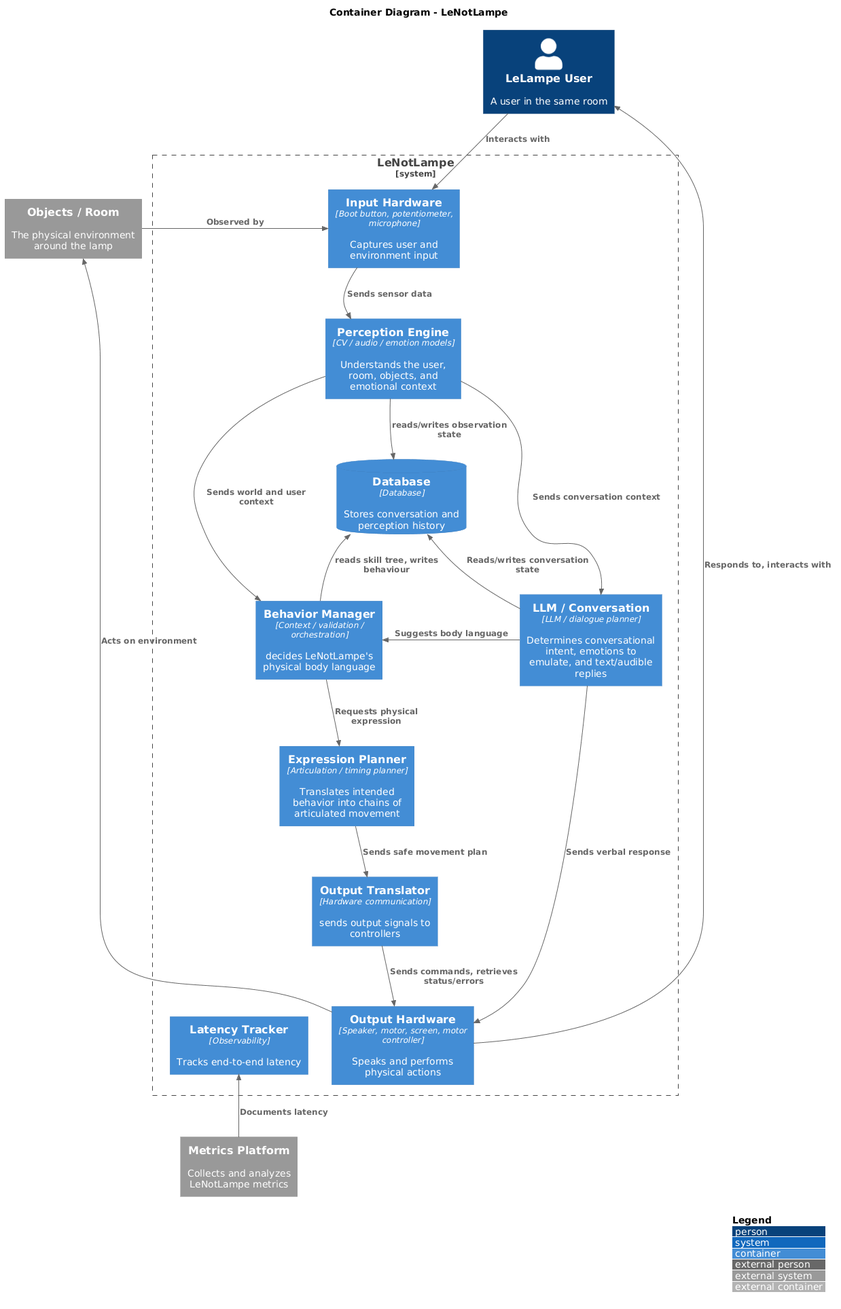
This is Architecture/c4/container_diagram/container_diagram_v4.png from Sarofiem/LeNotLampe, a PlantUML export, as it was before one commit. Its diagram source:
```plantuml
@startuml
!include <C4/C4_Container>

LAYOUT_TOP_DOWN()
LAYOUT_WITH_LEGEND()

title Container Diagram - LeNotLampe

Person(user, "LeLampe User", "A user in the same room")
System_Ext(room, "Objects / Room", "The physical environment around the lamp")
System_Ext(metrics, "Metrics Platform", "Collects and analyzes LeNotLampe metrics")

System_Boundary(lenotlampe, "LeNotLampe") {

    Container(input, "Input Hardware", "Boot button, potentiometer, microphone", "Captures user and environment input")

    Container(perception, "Perception Engine", "CV / audio / emotion models", "Understands the user, room, objects, and emotional context")

    Container(conversation, "LLM / Conversation", "LLM / dialogue planner", "Determines conversational intent, emotions to emulate, and text/audible replies")

    Container(planner, "Behavior Manager", "Context / validation / orchestration", "decides LeNotLampe's physical body language")

    Container(expression, "Expression Planner", "Articulation / timing planner", "Translates intended behavior into chains of articulated movement")

    Container(trans, "Output Translator", "Hardware communication", "sends output signals to controllers")

    Container(output, "Output Hardware", "Speaker, motor, screen, motor controller", "Speaks and performs physical actions")

    ContainerDb(database, "Database", "Database", "Stores conversation and perception history")

    Container(latency, "Latency Tracker", "Observability", "Tracks end-to-end latency")
}

Rel_D(user, input, "Interacts with")
Rel_R(room, input, "Observed by")
Rel_D(input, perception, "Sends sensor data")

Rel_D(perception, planner, "Sends world and user context")
Rel_R(perception, conversation, "Sends conversation context")

Rel_L(conversation, planner, "Suggests body language")
Rel_D(planner, expression, "Requests physical expression")
Rel_D(expression, trans, "Sends safe movement plan")
Rel_U(planner,database, "reads skill tree, writes behaviour")
Rel_D(trans, output, "Sends commands, retrieves status/errors ")

Rel_U(output, user, "Responds to, interacts with")
Rel_L(output, room, "Acts on environment")

Rel_U(conversation, database, "Reads/writes conversation state")
Rel(perception, database, "reads/writes observation state")
Rel_U(metrics, latency, "Documents latency")

Rel(conversation, output, "Sends verbal response")

Lay_D(input, perception)
Lay_D(perception, planner)
Lay_D(planner, expression)
Lay_D(expression, trans)
Lay_D(trans, output)
Lay_R(perception, conversation)
Lay_L(output,latency)
@enduml
```
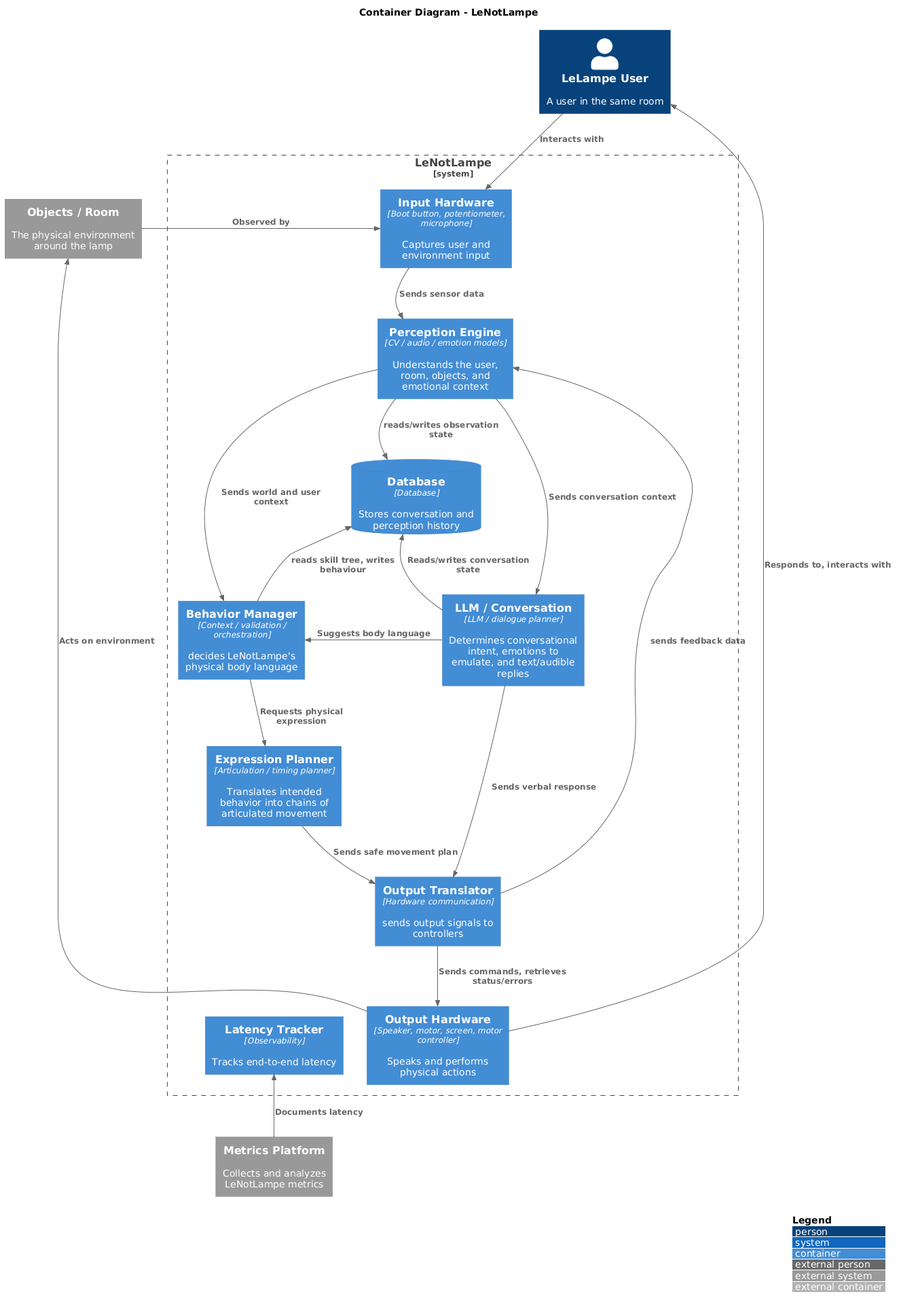
After the change.

What changed in the source:
```diff
@@ -51,13 +51,14 @@
 Rel(perception, database, "reads/writes observation state")
 Rel_U(metrics, latency, "Documents latency")
 
-Rel(conversation, output, "Sends verbal response")
+Rel(conversation, trans, "Sends verbal response")
+
+Rel(trans,perception,"sends feedback data")
 
 Lay_D(input, perception)
 Lay_D(perception, planner)
 Lay_D(planner, expression)
 Lay_D(expression, trans)
-Lay_D(trans, output)
 Lay_R(perception, conversation)
 Lay_L(output,latency)
 @enduml
```
